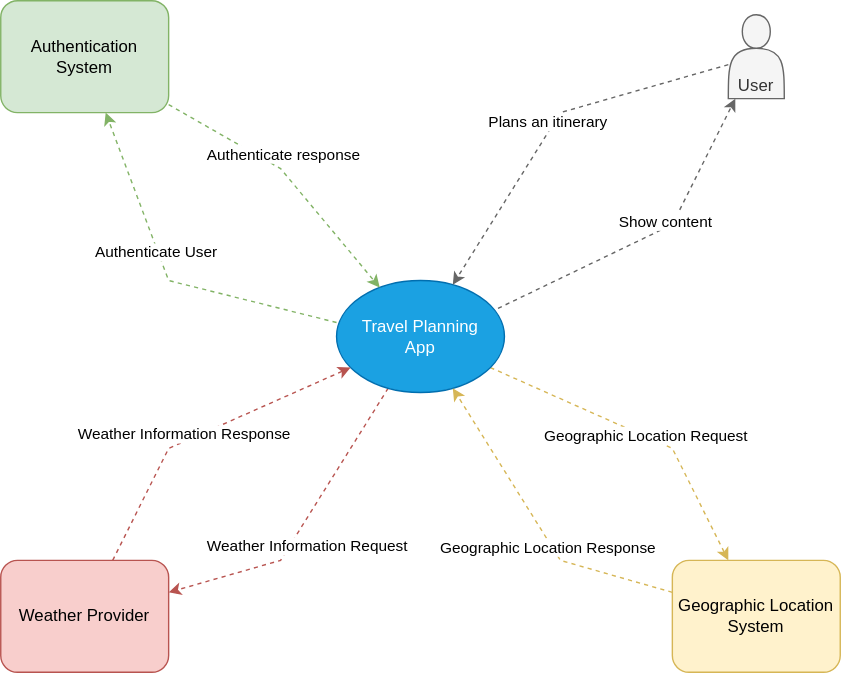
Earlier version of the draw.io export docs/system-context-diagram.drawio.svg (CloudAppDevProject/CloudAppDev). Source tidied: cells renumbered, new cells last; positions are measured from the earlier drawing's top-left corner, leaving out a move shared by most shapes.
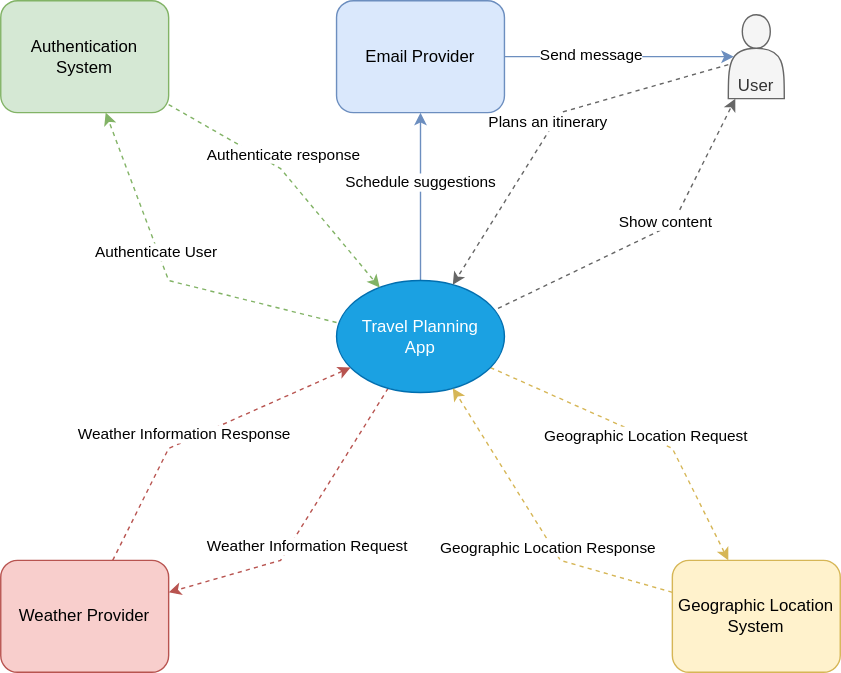
After the change.

Commit message:
Enhance system context diagram with new elements and labels

- Added "Schedule suggestions" label with associated arrow.
- Introduced "Email Provider" rectangle and label.
- Included "Send message" label with arrow to improve clarity.
- Updated SVG paths and styles for better visual representation.

What changed in the source:
```diff
@@ -52,6 +52,14 @@
         <mxPoint x="-1" y="-6" as="offset" />
       </mxGeometry>
     </mxCell>
+    <mxCell id="23" style="edgeStyle=none;html=1;entryX=0.5;entryY=1;entryDx=0;entryDy=0;fillColor=#dae8fc;strokeColor=#6c8ebf;" parent="1" edge="1" source="10" target="25">
+      <mxGeometry relative="1" as="geometry" />
+    </mxCell>
+    <mxCell id="24" value="Schedule suggestions" style="edgeLabel;html=1;align=center;verticalAlign=middle;" parent="23" vertex="1">
+      <mxGeometry x="0.49" y="3" relative="1" as="geometry">
+        <mxPoint x="3" y="19" as="offset" />
+      </mxGeometry>
+    </mxCell>
     <mxCell id="10" value="&lt;font style=&quot;color: rgb(255, 255, 255);&quot;&gt;Travel Planning&lt;/font&gt;&lt;div&gt;&lt;font style=&quot;color: rgb(255, 255, 255);&quot;&gt;App&lt;/font&gt;&lt;/div&gt;" style="ellipse;whiteSpace=wrap;html=1;fillColor=#1ba1e2;fontColor=#ffffff;strokeColor=#006EAF;" parent="1" vertex="1">
       <mxGeometry x="240" y="200" width="120" height="80" as="geometry" />
     </mxCell>
@@ -115,5 +123,14 @@
     <mxCell id="22" value="User" style="shape=actor;whiteSpace=wrap;html=1;verticalAlign=bottom;fillColor=#f5f5f5;fontColor=#333333;strokeColor=#666666;" parent="1" vertex="1">
       <mxGeometry x="520" y="10" width="40" height="60" as="geometry" />
     </mxCell>
+    <mxCell id="25" value="Email Provider" style="rounded=1;whiteSpace=wrap;html=1;fillColor=#dae8fc;strokeColor=#6c8ebf;" parent="1" vertex="1">
+      <mxGeometry x="240" width="120" height="80" as="geometry" />
+    </mxCell>
+    <mxCell id="26" style="edgeStyle=none;html=1;entryX=0.1;entryY=0.5;entryDx=0;entryDy=0;entryPerimeter=0;fillColor=#dae8fc;strokeColor=#6c8ebf;" parent="1" edge="1" source="25" target="22">
+      <mxGeometry relative="1" as="geometry" />
+    </mxCell>
+    <mxCell id="27" value="Send message" style="edgeLabel;html=1;align=center;verticalAlign=middle;" parent="26" vertex="1">
+      <mxGeometry x="-0.25" y="1" relative="1" as="geometry" />
+    </mxCell>
   </root>
 </mxGraphModel>
```
